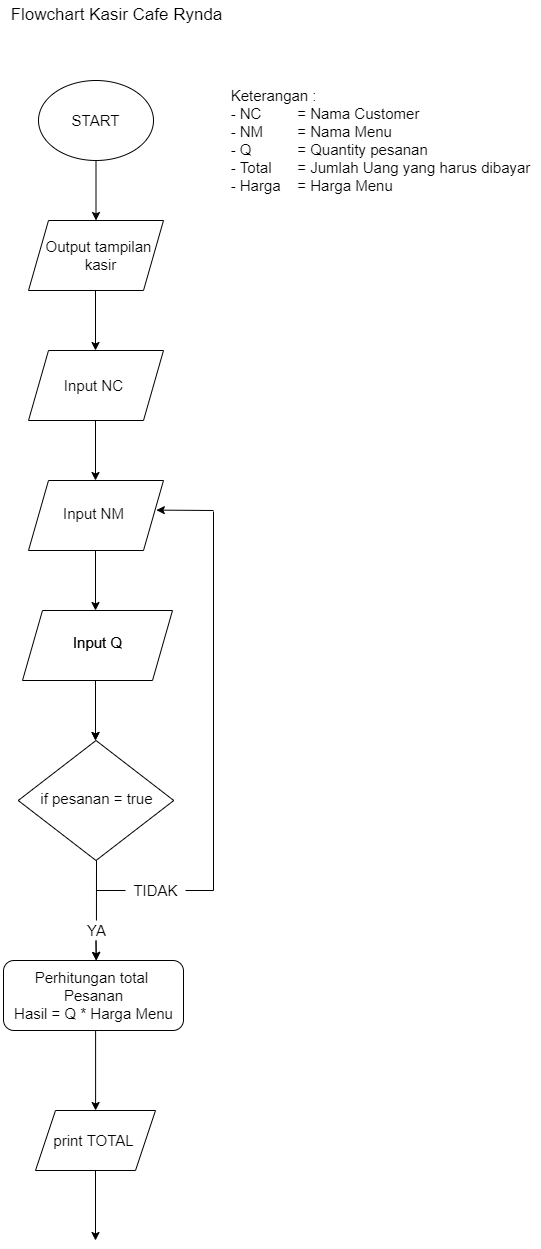
meiryndalr/meiryndalr_program_kasir_rynda_cafe keeps this draw.io diagram as flowchart.drawio.png. Above is the earlier version. Source tidied: cells renumbered, new cells last; positions are measured from the earlier drawing's top-left corner, leaving out a move shared by most shapes.
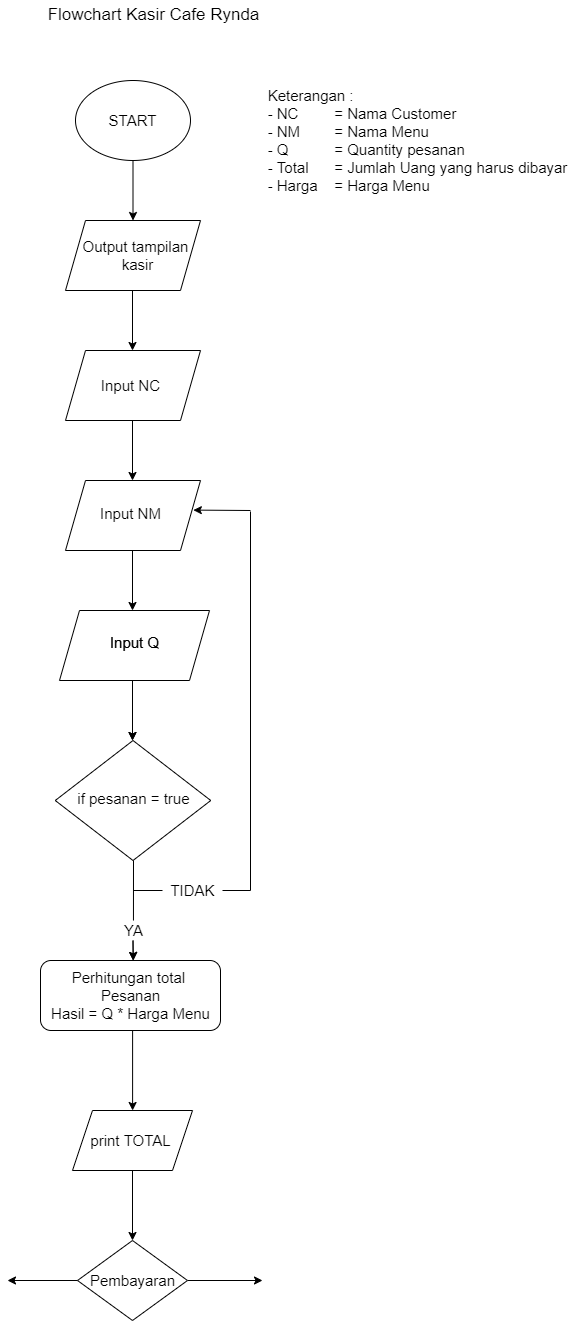
Above is the later version.

Commit message:
add chart percabangan pembayaran via 2 option

What changed in the source:
```diff
@@ -148,5 +148,22 @@
     <mxCell id="37" value="print TOTAL" style="text;html=1;align=center;verticalAlign=middle;fillColor=none;strokeColor=none;rounded=0;fontSize=15;" parent="1" vertex="1">
       <mxGeometry x="43" y="1130" width="100" height="20" as="geometry" />
     </mxCell>
+    <mxCell id="38" style="edgeStyle=none;html=1;fontSize=15;" parent="1" edge="1" source="39">
+      <mxGeometry relative="1" as="geometry">
+        <mxPoint x="225" y="1280" as="targetPoint" />
+      </mxGeometry>
+    </mxCell>
+    <mxCell id="39" style="rhombus;whiteSpace=wrap;html=1;fontSize=15;strokeWidth=1;" parent="1" vertex="1">
+      <mxGeometry x="40" y="1240" width="110" height="80" as="geometry" />
+    </mxCell>
+    <mxCell id="40" style="edgeStyle=none;html=1;fontSize=15;" parent="1" edge="1">
+      <mxGeometry relative="1" as="geometry">
+        <mxPoint x="40" y="1280" as="sourcePoint" />
+        <mxPoint x="-30" y="1280" as="targetPoint" />
+      </mxGeometry>
+    </mxCell>
+    <mxCell id="41" value="Pembayaran" style="text;html=1;align=center;verticalAlign=middle;fillColor=none;strokeColor=none;rounded=0;fontSize=15;" parent="1" vertex="1">
+      <mxGeometry x="45" y="1270" width="100" height="20" as="geometry" />
+    </mxCell>
   </root>
 </mxGraphModel>
```
